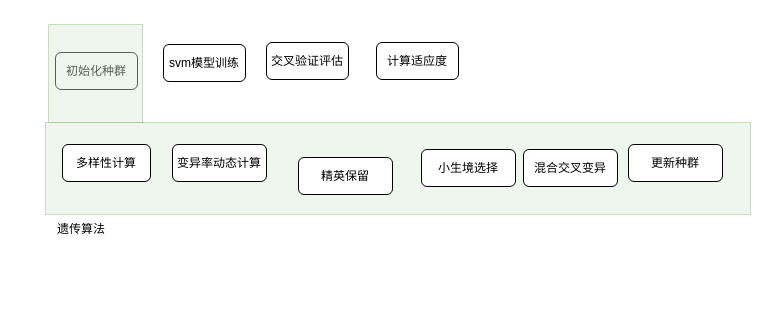
Before: 测试.drawio in SuperSparta117/drawio_liuchengtu, a draw.io diagram. Source tidied: cells renumbered, new cells numbered last; positions are measured from the earlier drawing's top-left corner, leaving out a move shared by most shapes. Both pictures are drawn from the tidied source at 100%, with x=0, y=0 at pixel (45, 24).
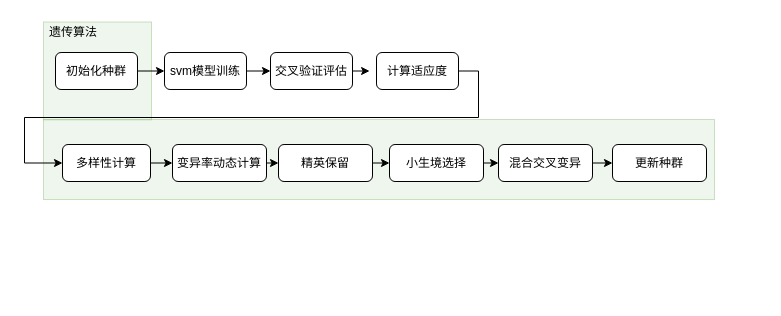
The same diagram, later.

Unchanged cells that the change refers to:
```xml
<mxCell id="3" value="&lt;p id=&quot;20250605150756-m57kz3g&quot;&gt;多样性计算&lt;/p&gt;" style="rounded=1;whiteSpace=wrap;html=1;" parent="1" vertex="1">
  <mxGeometry x="17" y="120" width="88" height="37" as="geometry" />
</mxCell>
<mxCell id="8" value="初始化种群" style="rounded=1;whiteSpace=wrap;html=1;" parent="1" vertex="1">
  <mxGeometry x="10" y="28" width="82" height="37" as="geometry" />
</mxCell>
<mxCell id="9" value="&lt;p id=&quot;20250605150808-c38ys9k&quot;&gt;变异率动态计算&lt;/p&gt;" style="rounded=1;whiteSpace=wrap;html=1;" parent="1" vertex="1">
  <mxGeometry x="127" y="120" width="94" height="37" as="geometry" />
</mxCell>
```

The edit, as a diff of the source:
```diff
@@
+    <mxCell id="15" style="rounded=0;whiteSpace=wrap;html=1;fillColor=#d5e8d4;strokeColor=#82b366;opacity=40;" parent="1" vertex="1">
+      <mxGeometry x="-2" y="-2.5" width="108" height="98" as="geometry" />
+    </mxCell>
     <mxCell id="2" style="rounded=0;whiteSpace=wrap;html=1;fillColor=#d5e8d4;strokeColor=#82b366;opacity=40;" parent="1" vertex="1">
-      <mxGeometry y="98" width="705" height="92" as="geometry" />
+      <mxGeometry x="-2" y="95" width="671" height="80" as="geometry" />
     </mxCell>
+    <mxCell id="16" style="edgeStyle=orthogonalEdgeStyle;rounded=0;jettySize=auto;html=1;exitX=1;exitY=0.5;exitDx=0;exitDy=0;entryX=0;entryY=0.5;entryDx=0;entryDy=0;" parent="1" edge="1" source="3" target="9">
+      <mxGeometry relative="1" as="geometry" />
+    </mxCell>
@@
+    <mxCell id="17" style="edgeStyle=orthogonalEdgeStyle;rounded=0;jettySize=auto;html=1;exitX=1;exitY=0.5;exitDx=0;exitDy=0;entryX=0;entryY=0.5;entryDx=0;entryDy=0;" parent="1" edge="1" source="4" target="5">
+      <mxGeometry relative="1" as="geometry" />
+    </mxCell>
     <mxCell id="4" value="&lt;p id=&quot;20250605150648-wfu5brx&quot;&gt;svm模型训练&lt;/p&gt;" style="rounded=1;whiteSpace=wrap;html=1;" parent="1" vertex="1">
-      <mxGeometry x="118" y="20" width="82" height="37" as="geometry" />
+      <mxGeometry x="119" y="28" width="82" height="37" as="geometry" />
     </mxCell>
     <mxCell id="5" value="&lt;p id=&quot;20250605150657-xqh7tbw&quot;&gt;交叉验证评估&lt;/p&gt;" style="rounded=1;whiteSpace=wrap;html=1;" parent="1" vertex="1">
-      <mxGeometry x="221" y="18" width="82" height="37" as="geometry" />
+      <mxGeometry x="225" y="28" width="82" height="37" as="geometry" />
     </mxCell>
+    <mxCell id="18" style="edgeStyle=orthogonalEdgeStyle;rounded=0;jettySize=auto;html=1;exitX=1;exitY=0.5;exitDx=0;exitDy=0;entryX=0;entryY=0.5;entryDx=0;entryDy=0;" parent="1" edge="1" source="6" target="3">
+      <mxGeometry relative="1" as="geometry">
+        <Array as="points">
+          <mxPoint x="433" y="47" />
+          <mxPoint x="433" y="93" />
+          <mxPoint x="-21" y="93" />
+          <mxPoint x="-21" y="139" />
+        </Array>
+      </mxGeometry>
+    </mxCell>
     <mxCell id="6" value="&lt;p id=&quot;20250605150705-k4xwy9y&quot;&gt;计算适应度&lt;/p&gt;" style="rounded=1;whiteSpace=wrap;html=1;" parent="1" vertex="1">
-      <mxGeometry x="331" y="18" width="82" height="37" as="geometry" />
+      <mxGeometry x="331" y="28" width="82" height="37" as="geometry" />
     </mxCell>
     <mxCell id="7" value="遗传算法" style="text;html=1;align=center;verticalAlign=middle;whiteSpace=wrap;rounded=0;" parent="1" vertex="1">
-      <mxGeometry x="6" y="190" width="60" height="30" as="geometry" />
+      <mxGeometry x="-2" y="-7" width="60" height="30" as="geometry" />
     </mxCell>
+    <mxCell id="19" style="edgeStyle=orthogonalEdgeStyle;rounded=0;jettySize=auto;html=1;exitX=1;exitY=0.5;exitDx=0;exitDy=0;entryX=0;entryY=0.5;entryDx=0;entryDy=0;" parent="1" edge="1" source="8" target="4">
+      <mxGeometry relative="1" as="geometry" />
+    </mxCell>
@@
+    <mxCell id="20" style="edgeStyle=orthogonalEdgeStyle;rounded=0;jettySize=auto;html=1;exitX=1;exitY=0.5;exitDx=0;exitDy=0;entryX=0;entryY=0.5;entryDx=0;entryDy=0;" parent="1" edge="1" source="9" target="11">
+      <mxGeometry relative="1" as="geometry" />
+    </mxCell>
@@
+    <mxCell id="21" style="edgeStyle=orthogonalEdgeStyle;rounded=0;jettySize=auto;html=1;exitX=1;exitY=0.5;exitDx=0;exitDy=0;entryX=0;entryY=0.5;entryDx=0;entryDy=0;" parent="1" edge="1" source="10" target="12">
+      <mxGeometry relative="1" as="geometry" />
+    </mxCell>
     <mxCell id="10" value="&lt;p id=&quot;20250605150833-yvajk4o&quot;&gt;小生境选择&lt;/p&gt;" style="rounded=1;whiteSpace=wrap;html=1;" parent="1" vertex="1">
-      <mxGeometry x="376" y="125" width="94" height="37" as="geometry" />
+      <mxGeometry x="344" y="120" width="94" height="37" as="geometry" />
     </mxCell>
+    <mxCell id="22" style="edgeStyle=orthogonalEdgeStyle;rounded=0;jettySize=auto;html=1;exitX=1;exitY=0.5;exitDx=0;exitDy=0;entryX=0;entryY=0.5;entryDx=0;entryDy=0;" parent="1" edge="1" source="11" target="10">
+      <mxGeometry relative="1" as="geometry" />
+    </mxCell>
     <mxCell id="11" value="&lt;p id=&quot;20250605150823-prr1xen&quot;&gt;精英保留&lt;/p&gt;" style="rounded=1;whiteSpace=wrap;html=1;" parent="1" vertex="1">
-      <mxGeometry x="253" y="133" width="94" height="37" as="geometry" />
+      <mxGeometry x="233" y="120" width="94" height="37" as="geometry" />
     </mxCell>
+    <mxCell id="23" style="edgeStyle=orthogonalEdgeStyle;rounded=0;jettySize=auto;html=1;exitX=1;exitY=0.5;exitDx=0;exitDy=0;entryX=0;entryY=0.5;entryDx=0;entryDy=0;" parent="1" edge="1" source="12" target="14">
+      <mxGeometry relative="1" as="geometry" />
+    </mxCell>
     <mxCell id="12" value="&lt;p id=&quot;20250605150841-0y4gk4f&quot;&gt;混合交叉变异&lt;/p&gt;" style="rounded=1;whiteSpace=wrap;html=1;" parent="1" vertex="1">
-      <mxGeometry x="478" y="125" width="94" height="37" as="geometry" />
+      <mxGeometry x="453" y="120" width="94" height="37" as="geometry" />
     </mxCell>
@@
     <mxCell id="14" value="&lt;p id=&quot;20250605150841-0y4gk4f&quot;&gt;&lt;span style=&quot;text-align: left;&quot;&gt;更新种群&lt;/span&gt;&lt;/p&gt;" style="rounded=1;whiteSpace=wrap;html=1;" parent="1" vertex="1">
-      <mxGeometry x="583" y="120" width="94" height="37" as="geometry" />
+      <mxGeometry x="567" y="120" width="94" height="37" as="geometry" />
     </mxCell>
-    <mxCell id="15" style="rounded=0;whiteSpace=wrap;html=1;fillColor=#d5e8d4;strokeColor=#82b366;opacity=40;" parent="1" vertex="1">
-      <mxGeometry x="3" width="94" height="98" as="geometry" />
-    </mxCell>
+    <mxCell id="24" style="edgeStyle=orthogonalEdgeStyle;rounded=0;jettySize=auto;html=1;exitX=1;exitY=0.5;exitDx=0;exitDy=0;entryX=-0.084;entryY=0.519;entryDx=0;entryDy=0;entryPerimeter=0;" parent="1" edge="1" source="5" target="6">
+      <mxGeometry relative="1" as="geometry" />
+    </mxCell>
```
